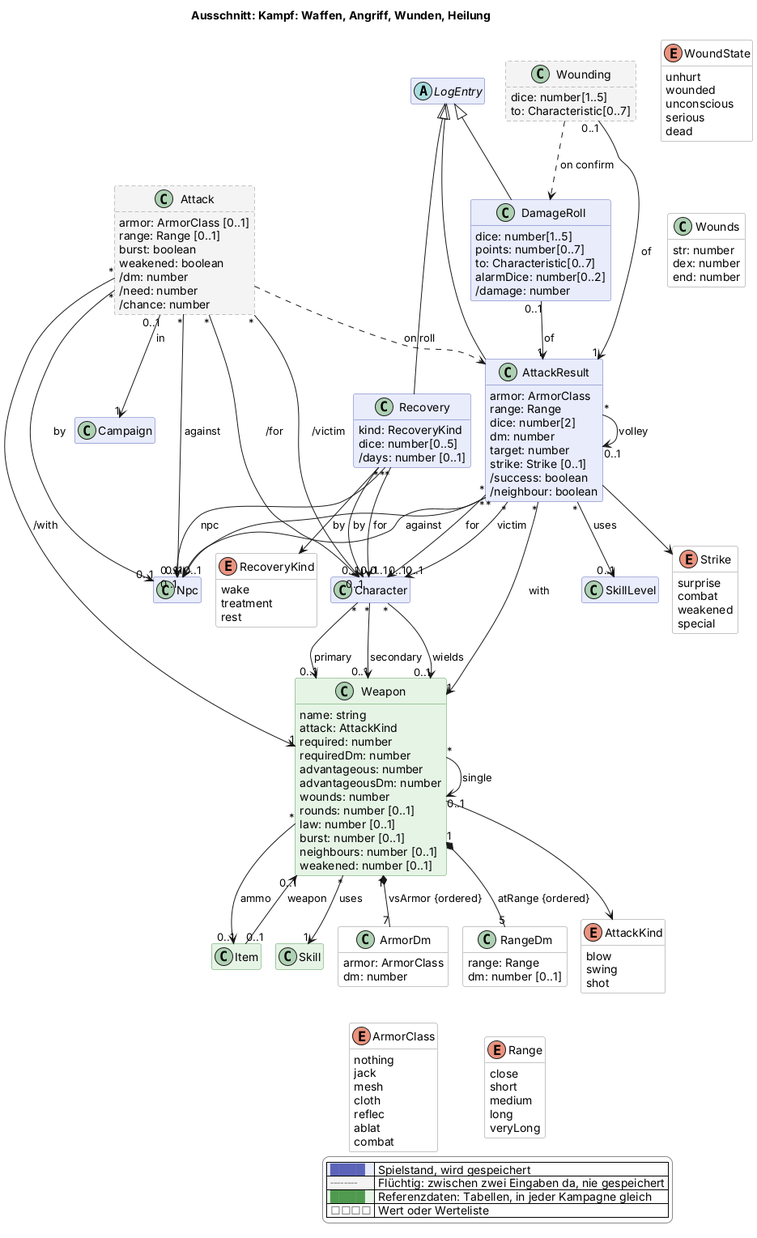
scuzzar/SRE keeps this PlantUML diagram as docs/views/kampf.png. Above is the earlier version.
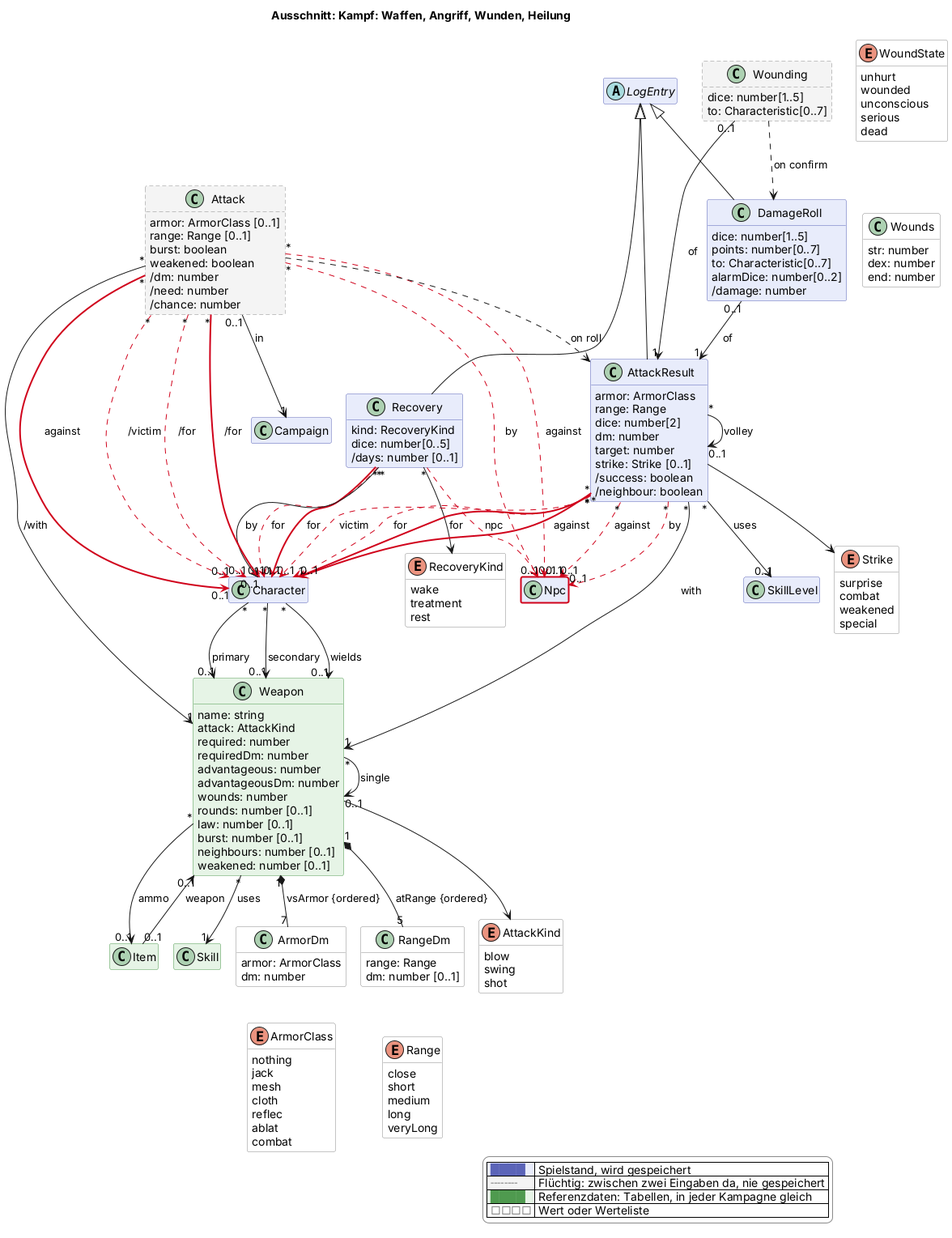
The same file after the commit.

Diff of the diagram source:
```diff
@@ -25,6 +25,12 @@
 !function $newArrow($c)
 !if $marked($c)
 !return "[#d0021b,bold]"
+!endif
+!return ""
+!endfunction
+!function $goneArrow($c)
+!if $marked($c)
+!return "[#d0021b,dashed]"
 !endif
 !return ""
 !endfunction
@@ -195,23 +201,28 @@
 LogEntry <|-- AttackResult
 LogEntry <|-- DamageRoll
 LogEntry <|-- Recovery
-Recovery "*" --> "0..1" Character : for
-Recovery "*" --> "0..1" Npc : npc
+Recovery "*" -$goneArrow("2026-11-08c")-> "0..1" Character : for
+Recovery "*" -$newArrow("2026-11-08c")-> "1" Character : for
+Recovery "*" -$goneArrow("2026-11-08c")-> "0..1" Npc : npc
 Recovery "*" --> "0..1" Character : by
 Recovery --> RecoveryKind
 
 
 Attack "0..1" --> "1" Campaign : in
-Attack "*" --> "0..1" Character : /for
-Attack "*" --> "0..1" Npc : by
-Attack "*" --> "0..1" Npc : against
-Attack "*" --> "0..1" Character : /victim
+Attack "*" -$goneArrow("2026-11-08c")-> "0..1" Character : /for
+Attack "*" -$newArrow("2026-11-08c")-> "1" Character : /for
+Attack "*" -$goneArrow("2026-11-08c")-> "0..1" Npc : by
+Attack "*" -$goneArrow("2026-11-08c")-> "0..1" Npc : against
+Attack "*" -$newArrow("2026-11-08c")-> "0..1" Character : against
+Attack "*" -$goneArrow("2026-11-08c")-> "0..1" Character : /victim
 Attack "*" --> "1" Weapon : /with
 Attack ..> AttackResult : on roll
-AttackResult "*" --> "0..1" Character : for
-AttackResult "*" --> "0..1" Npc : by
-AttackResult "*" --> "0..1" Npc : against
-AttackResult "*" --> "0..1" Character : victim
+AttackResult "*" -$goneArrow("2026-11-08c")-> "0..1" Character : for
+AttackResult "*" -$newArrow("2026-11-08c")-> "1" Character : for
+AttackResult "*" -$goneArrow("2026-11-08c")-> "0..1" Npc : by
+AttackResult "*" -$goneArrow("2026-11-08c")-> "0..1" Npc : against
+AttackResult "*" -$newArrow("2026-11-08c")-> "0..1" Character : against
+AttackResult "*" -$goneArrow("2026-11-08c")-> "0..1" Character : victim
 AttackResult "*" --> "1" Weapon : with
 AttackResult "*" --> "0..1" SkillLevel : uses
 AttackResult "*" --> "0..1" AttackResult : volley
@@ -230,4 +241,5 @@
   |<#e6f4e6> <color:#4f9a4f>████</color> | Referenzdaten: Tabellen, in jeder Kampagne gleich |
   |<#ffffff> <color:#8a8a8a>□□□□</color> | Wert oder Werteliste |
 endlegend
+class Npc #line:d0021b;line.bold
 @enduml
```
